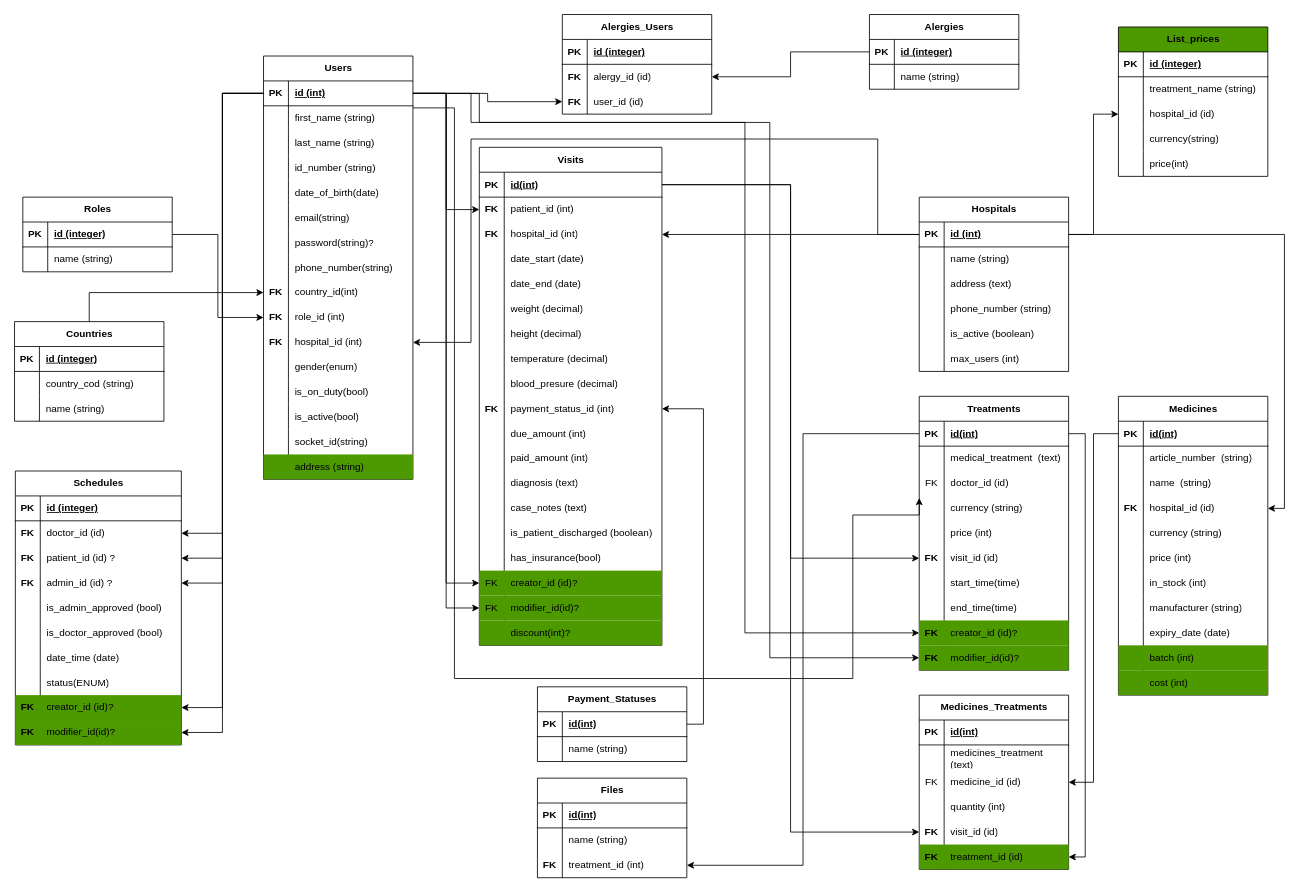
fao30/hospital-management-be keeps this draw.io diagram as Untitled Diagram.drawio. Above is the earlier version. Source tidied: cells renumbered, new cells numbered last; positions are measured from the earlier drawing's top-left corner, leaving out a move shared by most shapes. Both pictures are drawn from the tidied source at 83%, with x=0, y=0 at pixel (14, 14).
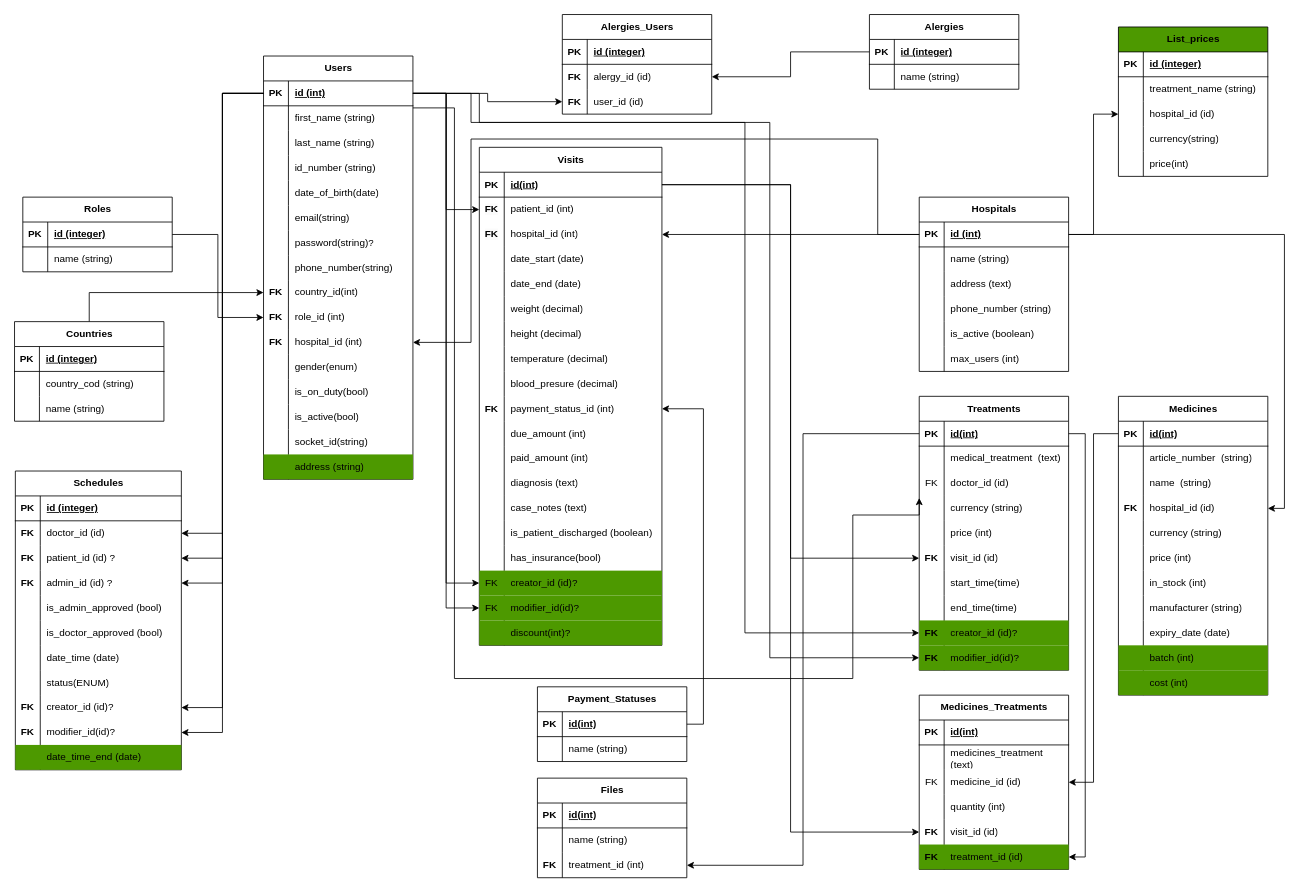
After the change.

The edit, as a diff of the source:
```diff
@@
     <mxCell id="277" value="Schedules" style="shape=table;startSize=30;childLayout=tableLayout;rowLines=0;fontStyle=1;align=center;html=1;fillColor=none;" parent="1" vertex="1">
-      <mxGeometry x="1" y="550" width="200" height="330" as="geometry" />
+      <mxGeometry x="1" y="550" width="200" height="360" as="geometry" />
     </mxCell>
@@
-    <mxCell id="302" style="shape=tableRow;horizontal=0;startSize=0;swimlaneHead=0;swimlaneBody=0;fillColor=#4D9900;points=[[0,0.5],[1,0.5]];portConstraint=eastwest;top=0;left=0;right=0;bottom=0;" parent="277" vertex="1">
+    <mxCell id="302" style="shape=tableRow;horizontal=0;startSize=0;swimlaneHead=0;swimlaneBody=0;fillColor=none;points=[[0,0.5],[1,0.5]];portConstraint=eastwest;top=0;left=0;right=0;bottom=0;" parent="277" vertex="1">
       <mxGeometry y="270" width="200" height="30" as="geometry" />
     </mxCell>
@@
-    <mxCell id="305" style="shape=tableRow;horizontal=0;startSize=0;swimlaneHead=0;swimlaneBody=0;fillColor=#4D9900;points=[[0,0.5],[1,0.5]];portConstraint=eastwest;top=0;left=0;right=0;bottom=0;" parent="277" vertex="1">
+    <mxCell id="305" style="shape=tableRow;horizontal=0;startSize=0;swimlaneHead=0;swimlaneBody=0;fillColor=none;points=[[0,0.5],[1,0.5]];portConstraint=eastwest;top=0;left=0;right=0;bottom=0;" parent="277" vertex="1">
       <mxGeometry y="300" width="200" height="30" as="geometry" />
     </mxCell>
@@
+    <mxCell id="335" style="shape=tableRow;horizontal=0;startSize=0;swimlaneHead=0;swimlaneBody=0;fillColor=#4D9900;top=0;left=0;right=0;bottom=0;" parent="277" vertex="1">
+      <mxGeometry y="330" width="200" height="30" as="geometry" />
+    </mxCell>
+    <mxCell id="336" style="shape=partialRectangle;fillColor=none;top=0;left=0;bottom=0;right=0;overflow=hidden;whiteSpace=wrap;html=1;" parent="335" vertex="1">
+      <mxGeometry width="30" height="30" as="geometry" />
+    </mxCell>
+    <mxCell id="337" value="date_time_end (date)&amp;nbsp;" style="shape=partialRectangle;fillColor=none;top=0;left=0;bottom=0;right=0;align=left;spacingLeft=6;overflow=hidden;whiteSpace=wrap;html=1;" parent="335" vertex="1">
+      <mxGeometry x="30" width="170" height="30" as="geometry" />
+    </mxCell>
```
